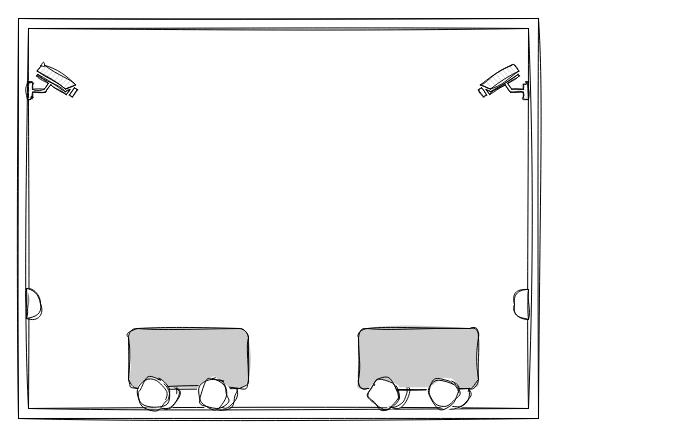
The draw.io diagram Unbenanntes Diagramm.drawio in dfkirauber/dfkirauber, before the edit. Source tidied: cells renumbered, new cells numbered last; positions are measured from the earlier drawing's top-left corner, leaving out a move shared by most shapes. Both pictures are drawn from the tidied source at 100%, with x=0, y=0 at pixel (18, 18).
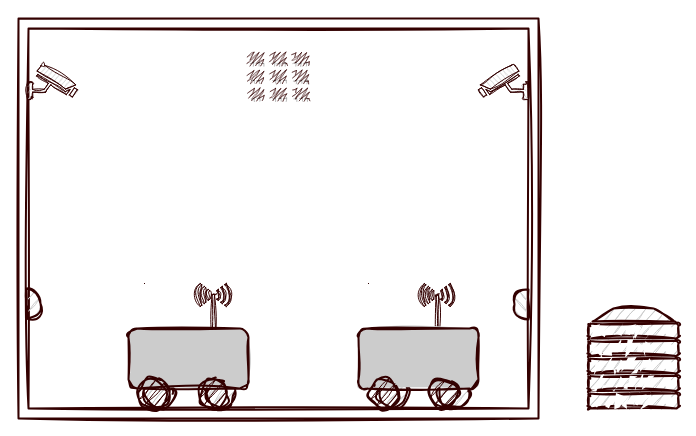
The same page after the edit.

The edit, as a diff of the source:
```diff
@@
-    <mxCell id="2" style="verticalLabelPosition=bottom;verticalAlign=top;html=1;shape=mxgraph.basic.frame;dx=10;whiteSpace=wrap;sketch=1;curveFitting=1;jiggle=2;" parent="1" vertex="1">
+    <mxCell id="2" style="verticalLabelPosition=bottom;verticalAlign=top;html=1;shape=mxgraph.basic.frame;dx=10;whiteSpace=wrap;strokeColor=#330000;fillColor=#FFFFFF;sketch=1;curveFitting=1;jiggle=2;perimeterSpacing=0;strokeWidth=2;" parent="1" vertex="1">
       <mxGeometry width="520" height="400" as="geometry" />
     </mxCell>
-    <mxCell id="3" style="ellipse;whiteSpace=wrap;html=1;sketch=1;curveFitting=1;jiggle=2;" parent="1" vertex="1">
+    <mxCell id="3" style="ellipse;whiteSpace=wrap;html=1;strokeColor=#330000;fillColor=#CCCCCC;sketch=1;curveFitting=1;jiggle=2;perimeterSpacing=0;strokeWidth=2;" parent="1" vertex="1">
       <mxGeometry x="420" y="360" width="30" height="30" as="geometry" />
     </mxCell>
-    <mxCell id="4" style="ellipse;whiteSpace=wrap;html=1;sketch=1;curveFitting=1;jiggle=2;" parent="1" vertex="1">
+    <mxCell id="4" style="ellipse;whiteSpace=wrap;html=1;strokeColor=#330000;fillColor=#CCCCCC;sketch=1;curveFitting=1;jiggle=2;perimeterSpacing=0;strokeWidth=2;" parent="1" vertex="1">
       <mxGeometry x="360" y="360" width="30" height="30" as="geometry" />
     </mxCell>
+    <mxCell id="17" style="fontColor=#0066CC;verticalAlign=top;verticalLabelPosition=bottom;labelPosition=center;align=center;html=1;fillColor=#CCCCCC;strokeColor=#330000;gradientColor=none;gradientDirection=north;strokeWidth=1;shape=mxgraph.networks.wireless_modem;sketch=1;curveFitting=1;jiggle=2;perimeterSpacing=0;" parent="1" vertex="1">
+      <mxGeometry x="350" y="265" width="100" height="85" as="geometry" />
+    </mxCell>
-    <mxCell id="5" style="rounded=1;whiteSpace=wrap;html=1;gradientColor=none;fillColor=#CCCCCC;shadow=0;glass=0;sketch=1;curveFitting=1;jiggle=2;fillStyle=solid;" parent="1" vertex="1">
+    <mxCell id="5" style="rounded=1;whiteSpace=wrap;html=1;gradientColor=none;fillColor=#CCCCCC;shadow=0;glass=0;fillStyle=solid;strokeColor=#330000;sketch=1;curveFitting=1;jiggle=2;perimeterSpacing=0;strokeWidth=2;" parent="1" vertex="1">
       <mxGeometry x="340" y="310" width="120" height="60" as="geometry" />
     </mxCell>
-    <mxCell id="6" style="ellipse;whiteSpace=wrap;html=1;sketch=1;curveFitting=1;jiggle=2;" parent="1" vertex="1">
+    <mxCell id="6" style="ellipse;whiteSpace=wrap;html=1;strokeColor=#330000;fillColor=#330000;sketch=1;curveFitting=1;jiggle=2;perimeterSpacing=0;strokeWidth=2;" parent="1" vertex="1">
       <mxGeometry x="350" y="360" width="30" height="30" as="geometry" />
     </mxCell>
-    <mxCell id="7" style="ellipse;whiteSpace=wrap;html=1;sketch=1;curveFitting=1;jiggle=2;" parent="1" vertex="1">
+    <mxCell id="7" style="ellipse;whiteSpace=wrap;html=1;strokeColor=#330000;fillColor=#330000;sketch=1;curveFitting=1;jiggle=2;perimeterSpacing=0;strokeWidth=2;" parent="1" vertex="1">
       <mxGeometry x="410" y="360" width="30" height="30" as="geometry" />
     </mxCell>
-    <mxCell id="8" style="ellipse;whiteSpace=wrap;html=1;sketch=1;curveFitting=1;jiggle=2;" parent="1" vertex="1">
-      <mxGeometry x="190" y="360" width="30" height="30" as="geometry" />
+    <mxCell id="8" style="ellipse;whiteSpace=wrap;html=1;strokeColor=#330000;fillColor=#CCCCCC;sketch=1;curveFitting=1;jiggle=2;perimeterSpacing=0;strokeWidth=2;" parent="1" vertex="1">
+      <mxGeometry x="188" y="360" width="30" height="30" as="geometry" />
     </mxCell>
-    <mxCell id="9" style="ellipse;whiteSpace=wrap;html=1;sketch=1;curveFitting=1;jiggle=2;" parent="1" vertex="1">
-      <mxGeometry x="130" y="360" width="30" height="30" as="geometry" />
+    <mxCell id="9" style="ellipse;whiteSpace=wrap;html=1;strokeColor=#330000;fillColor=#CCCCCC;sketch=1;curveFitting=1;jiggle=2;perimeterSpacing=0;strokeWidth=2;" parent="1" vertex="1">
+      <mxGeometry x="126" y="360" width="30" height="30" as="geometry" />
     </mxCell>
+    <mxCell id="18" style="fontColor=#0066CC;verticalAlign=top;verticalLabelPosition=bottom;labelPosition=center;align=center;html=1;fillColor=#CCCCCC;strokeColor=#330000;gradientColor=none;gradientDirection=north;strokeWidth=1;shape=mxgraph.networks.wireless_modem;sketch=1;curveFitting=1;jiggle=2;perimeterSpacing=0;" parent="1" vertex="1">
+      <mxGeometry x="126" y="265" width="100" height="85" as="geometry" />
+    </mxCell>
-    <mxCell id="10" style="rounded=1;whiteSpace=wrap;html=1;gradientColor=none;fillColor=#CCCCCC;shadow=0;glass=0;sketch=1;curveFitting=1;jiggle=2;fillStyle=solid;" parent="1" vertex="1">
+    <mxCell id="10" style="rounded=1;whiteSpace=wrap;html=1;gradientColor=none;fillColor=#CCCCCC;shadow=0;glass=0;fillStyle=solid;strokeColor=#330000;sketch=1;curveFitting=1;jiggle=2;perimeterSpacing=0;strokeWidth=2;" parent="1" vertex="1">
       <mxGeometry x="110" y="310" width="120" height="60" as="geometry" />
     </mxCell>
-    <mxCell id="11" style="ellipse;whiteSpace=wrap;html=1;sketch=1;curveFitting=1;jiggle=2;" parent="1" vertex="1">
+    <mxCell id="11" style="ellipse;whiteSpace=wrap;html=1;strokeColor=#330000;fillColor=#330000;sketch=1;curveFitting=1;jiggle=2;perimeterSpacing=0;strokeWidth=2;" parent="1" vertex="1">
       <mxGeometry x="120" y="360" width="30" height="30" as="geometry" />
     </mxCell>
-    <mxCell id="12" style="ellipse;whiteSpace=wrap;html=1;sketch=1;curveFitting=1;jiggle=2;" parent="1" vertex="1">
+    <mxCell id="12" style="ellipse;whiteSpace=wrap;html=1;strokeColor=#330000;fillColor=#330000;sketch=1;curveFitting=1;jiggle=2;perimeterSpacing=0;strokeWidth=2;" parent="1" vertex="1">
       <mxGeometry x="180" y="360" width="30" height="30" as="geometry" />
     </mxCell>
-    <mxCell id="13" style="fontColor=#0066CC;verticalAlign=top;verticalLabelPosition=bottom;labelPosition=center;align=center;html=1;fillColor=#CCCCCC;strokeColor=#000000;gradientColor=none;gradientDirection=north;strokeWidth=2;shape=mxgraph.networks.security_camera;sketch=1;curveFitting=1;jiggle=2;flipV=0;flipH=1;" parent="1" vertex="1">
+    <mxCell id="13" style="fontColor=#0066CC;verticalAlign=top;verticalLabelPosition=bottom;labelPosition=center;align=center;html=1;fillColor=#CCCCCC;strokeColor=#330000;gradientColor=none;gradientDirection=north;strokeWidth=2;shape=mxgraph.networks.security_camera;flipV=0;flipH=1;sketch=1;curveFitting=1;jiggle=2;perimeterSpacing=0;" parent="1" vertex="1">
       <mxGeometry x="460" y="46" width="50" height="35" as="geometry" />
     </mxCell>
-    <mxCell id="14" style="shape=or;whiteSpace=wrap;html=1;sketch=1;curveFitting=1;jiggle=2;" parent="1" vertex="1">
+    <mxCell id="14" style="shape=or;whiteSpace=wrap;html=1;strokeColor=#330000;fillColor=#CCCCCC;sketch=1;curveFitting=1;jiggle=2;perimeterSpacing=0;strokeWidth=2;" parent="1" vertex="1">
       <mxGeometry x="8" y="270" width="14" height="30" as="geometry" />
     </mxCell>
-    <mxCell id="15" style="fontColor=#0066CC;verticalAlign=top;verticalLabelPosition=bottom;labelPosition=center;align=center;html=1;fillColor=#CCCCCC;strokeColor=#000000;gradientColor=none;gradientDirection=north;strokeWidth=2;shape=mxgraph.networks.security_camera;sketch=1;curveFitting=1;jiggle=2;" parent="1" vertex="1">
+    <mxCell id="15" style="fontColor=#0066CC;verticalAlign=top;verticalLabelPosition=bottom;labelPosition=center;align=center;html=1;fillColor=#CCCCCC;strokeColor=#330000;gradientColor=none;gradientDirection=north;strokeWidth=2;shape=mxgraph.networks.security_camera;sketch=1;curveFitting=1;jiggle=2;perimeterSpacing=0;" parent="1" vertex="1">
       <mxGeometry x="9" y="46" width="50" height="35" as="geometry" />
     </mxCell>
-    <mxCell id="16" style="shape=or;whiteSpace=wrap;html=1;sketch=1;curveFitting=1;jiggle=2;flipH=1;" parent="1" vertex="1">
+    <mxCell id="16" style="shape=or;whiteSpace=wrap;html=1;flipH=1;strokeColor=#330000;fillColor=#CCCCCC;sketch=1;curveFitting=1;jiggle=2;perimeterSpacing=0;strokeWidth=2;" parent="1" vertex="1">
       <mxGeometry x="496" y="271" width="14" height="30" as="geometry" />
     </mxCell>
+    <mxCell id="19" style="fontColor=#0066CC;verticalAlign=top;verticalLabelPosition=bottom;labelPosition=center;align=center;html=1;fillColor=#CCCCCC;strokeColor=#330000;gradientColor=none;gradientDirection=north;strokeWidth=2;shape=mxgraph.networks.server;sketch=1;curveFitting=1;jiggle=2;perimeterSpacing=0;" parent="1" vertex="1">
+      <mxGeometry x="570" y="290" width="90" height="100" as="geometry" />
+    </mxCell>
+    <mxCell id="20" style="dashed=0;verticalLabelPosition=bottom;verticalAlign=top;align=center;html=1;shape=mxgraph.aws3.instances_2;fillColor=#330000;gradientColor=none;sketch=1;curveFitting=1;jiggle=2;strokeWidth=1;fillStyle=zigzag;" parent="1" vertex="1">
+      <mxGeometry x="230" y="34" width="60" height="47" as="geometry" />
+    </mxCell>
```
